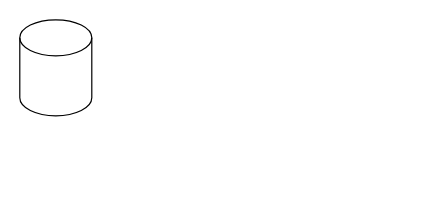
The draw.io diagram System Design.drawio in alexchaucs/Billing-Expense-Tracker, before the edit. Source tidied: cells renumbered, new cells numbered last; positions are measured from the earlier drawing's top-left corner, leaving out a move shared by most shapes. Both pictures are drawn from the tidied source at 120%, with x=0, y=0 at pixel (19, 19).
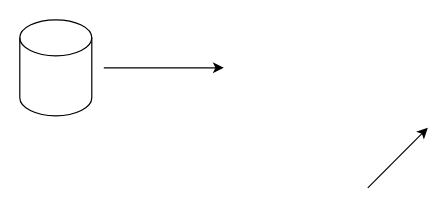
After the change.

What changed in the source:
```diff
@@
 <mxGraphModel>
   <root>
     <mxCell id="0" />
     <mxCell id="1" parent="0" />
     <mxCell id="2" style="shape=cylinder2;whiteSpace=wrap;html=1;boundedLbl=1;backgroundOutline=1;size=15;" parent="1" vertex="1">
       <mxGeometry width="60" height="80" as="geometry" />
     </mxCell>
+    <mxCell id="3" style="endArrow=classic;html=1;" parent="1" edge="1">
+      <mxGeometry relative="1" as="geometry">
+        <mxPoint x="290" y="140" as="sourcePoint" />
+        <mxPoint x="340" y="90" as="targetPoint" />
+      </mxGeometry>
+    </mxCell>
+    <mxCell id="4" style="endArrow=classic;html=1;" parent="1" edge="1">
+      <mxGeometry relative="1" as="geometry">
+        <mxPoint x="70" y="40" as="sourcePoint" />
+        <mxPoint x="170" y="40" as="targetPoint" />
+      </mxGeometry>
+    </mxCell>
   </root>
 </mxGraphModel>
```
